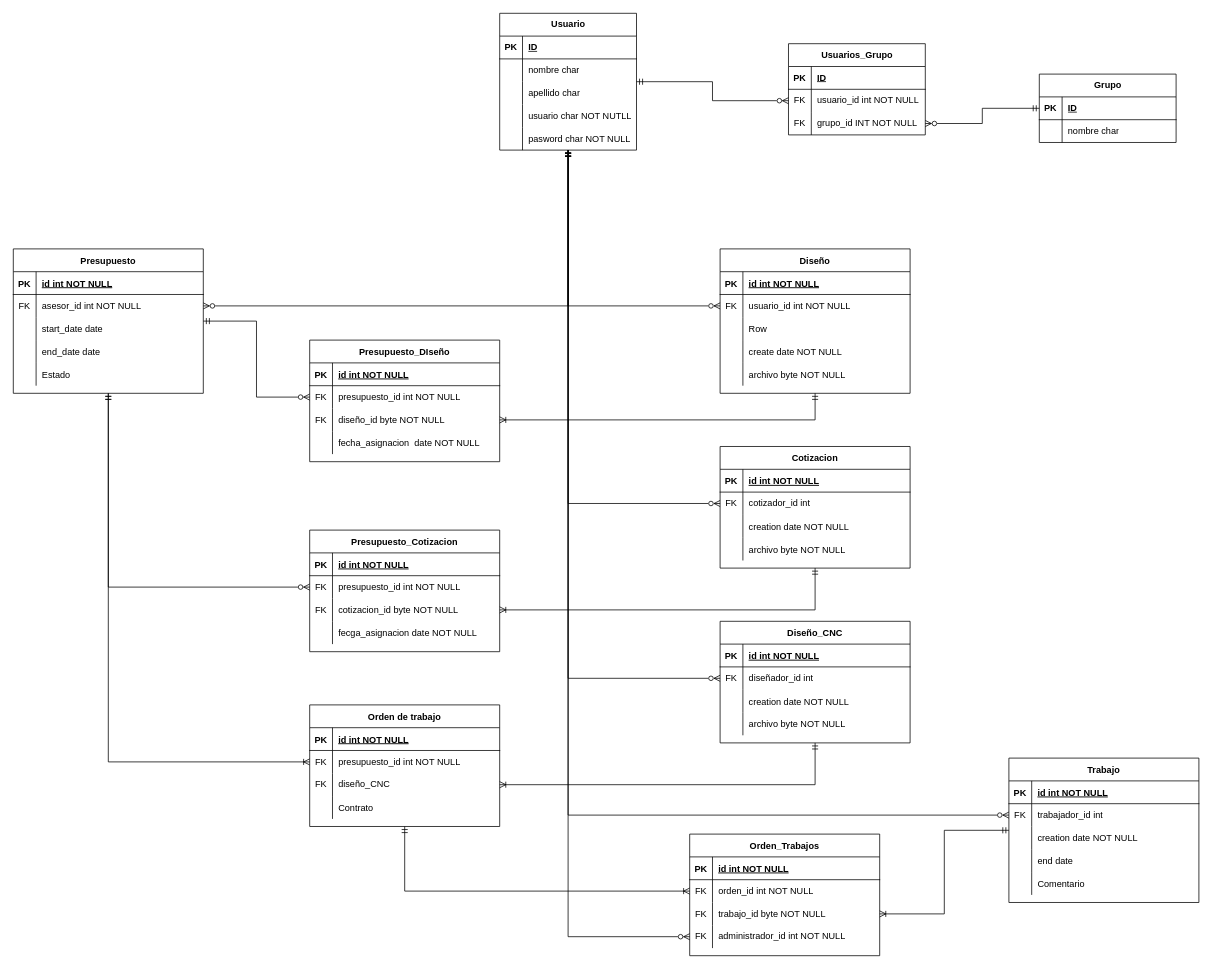
Above: Fabrica Diagramas/Entidad Relacion.drawio in SAAC7/Manage_control (draw.io), before the change. Source tidied: cells renumbered, new cells numbered last; positions are measured from the earlier drawing's top-left corner, leaving out a move shared by most shapes. Both pictures are drawn from the tidied source at 76%, with x=0, y=0 at pixel (13, 13).
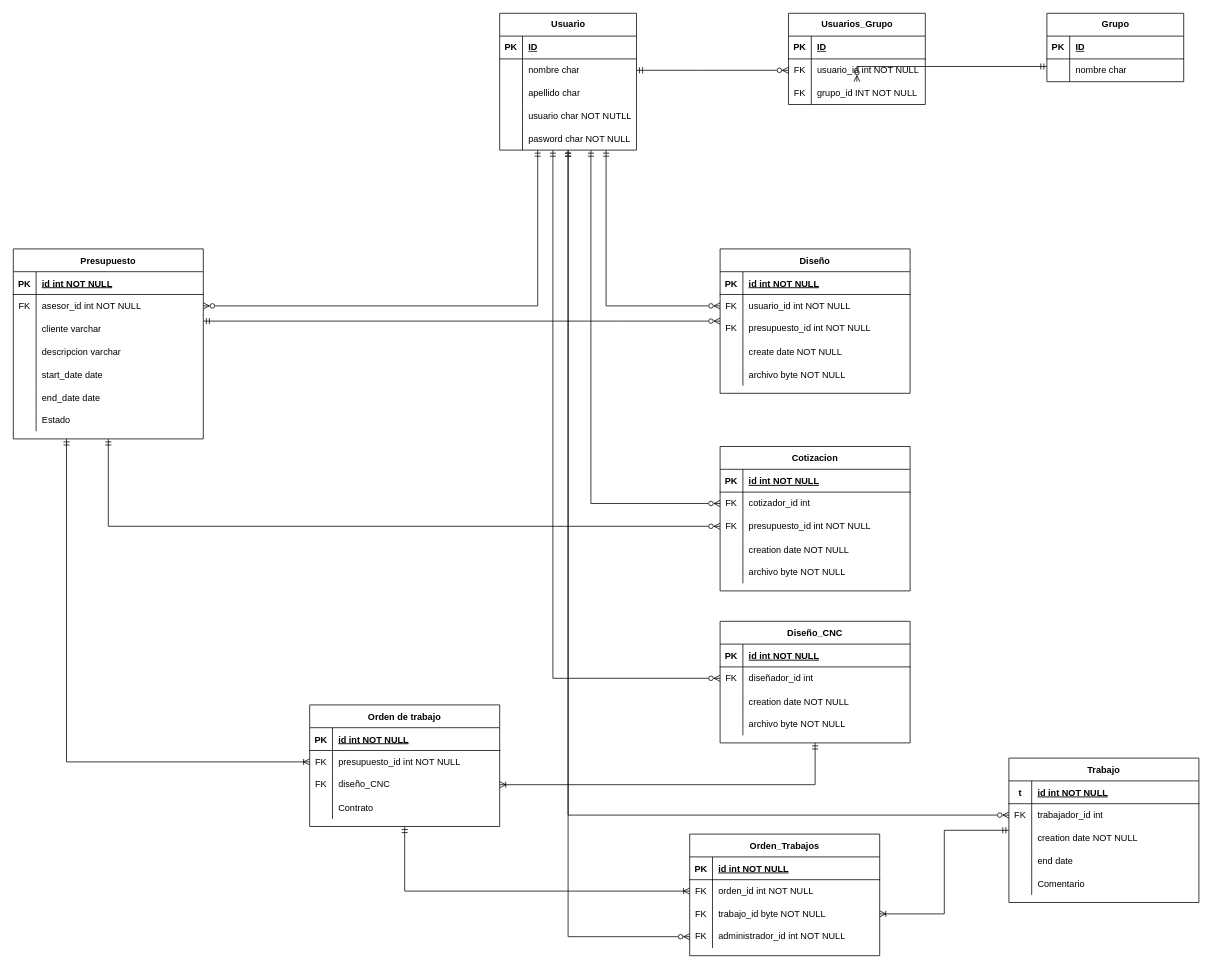
Above is the later version.

Unchanged cells that the change refers to:
```xml
<mxCell id="9" style="shape=tableRow;horizontal=0;startSize=0;swimlaneHead=0;swimlaneBody=0;fillColor=none;points=[[0,0.5],[1,0.5]];portConstraint=eastwest;top=0;left=0;right=0;bottom=0;" parent="5" vertex="1">
  <mxGeometry y="60" width="250" height="30" as="geometry" />
</mxCell>
<mxCell id="22" value="Diseño" style="shape=table;startSize=30;childLayout=tableLayout;rowLines=0;fontStyle=1;align=center;" parent="1" vertex="1">
  <mxGeometry x="930" y="310" width="250" height="190" as="geometry" />
</mxCell>
<mxCell id="26" style="shape=tableRow;horizontal=0;startSize=0;swimlaneHead=0;swimlaneBody=0;fillColor=none;points=[[0,0.5],[1,0.5]];portConstraint=eastwest;top=0;left=0;right=0;bottom=0;" parent="22" vertex="1">
  <mxGeometry y="60" width="250" height="30" as="geometry" />
</mxCell>
<mxCell id="43" style="shape=tableRow;horizontal=0;startSize=0;swimlaneHead=0;swimlaneBody=0;fillColor=none;points=[[0,0.5],[1,0.5]];portConstraint=eastwest;top=0;left=0;right=0;bottom=0;" parent="39" vertex="1">
  <mxGeometry y="60" width="250" height="30" as="geometry" />
</mxCell>
<mxCell id="55" value="Usuario" style="shape=table;startSize=30;childLayout=tableLayout;rowLines=0;fontStyle=1;align=center;html=1;" parent="1" vertex="1">
  <mxGeometry x="640" width="180" height="180" as="geometry" />
</mxCell>
<mxCell id="84" style="shape=tableRow;horizontal=0;startSize=0;swimlaneHead=0;swimlaneBody=0;fillColor=none;points=[[0,0.5],[1,0.5]];portConstraint=eastwest;top=0;left=0;right=0;bottom=0;" parent="80" vertex="1">
  <mxGeometry y="60" width="180" height="30" as="geometry" />
</mxCell>
<mxCell id="87" style="shape=tableRow;horizontal=0;startSize=0;swimlaneHead=0;swimlaneBody=0;fillColor=none;points=[[0,0.5],[1,0.5]];portConstraint=eastwest;top=0;left=0;right=0;bottom=0;" parent="80" vertex="1">
  <mxGeometry y="90" width="180" height="30" as="geometry" />
</mxCell>
<mxCell id="121" style="shape=partialRectangle;fillColor=none;top=0;left=0;right=0;bottom=1;" parent="120" vertex="1">
  <mxGeometry y="30" width="250" height="30" as="geometry" />
</mxCell>
<mxCell id="141" style="shape=tableRow;horizontal=0;startSize=0;swimlaneHead=0;swimlaneBody=0;fillColor=none;points=[[0,0.5],[1,0.5]];portConstraint=eastwest;top=0;left=0;right=0;bottom=0;" parent="137" vertex="1">
  <mxGeometry y="60" width="250" height="30" as="geometry" />
</mxCell>
<mxCell id="155" style="shape=tableRow;horizontal=0;startSize=0;swimlaneHead=0;swimlaneBody=0;fillColor=none;points=[[0,0.5],[1,0.5]];portConstraint=eastwest;top=0;left=0;right=0;bottom=0;" parent="151" vertex="1">
  <mxGeometry y="60" width="250" height="30" as="geometry" />
</mxCell>
```

What changed in the source:
```diff
@@
     <mxCell id="2" style="edgeStyle=orthogonalEdgeStyle;rounded=0;jettySize=auto;html=1;endArrow=ERzeroToMany;endFill=0;startArrow=ERmandOne;startFill=0;" parent="1" edge="1" source="5" target="95">
-      <mxGeometry relative="1" as="geometry" />
+      <mxGeometry relative="1" as="geometry">
+        <Array as="points">
+          <mxPoint x="800" y="405" />
+          <mxPoint x="800" y="405" />
+        </Array>
+      </mxGeometry>
     </mxCell>
@@
     <mxCell id="4" style="edgeStyle=orthogonalEdgeStyle;rounded=0;jettySize=auto;html=1;endArrow=ERoneToMany;endFill=0;startArrow=ERmandOne;startFill=0;" parent="1" edge="1" source="5" target="141">
-      <mxGeometry relative="1" as="geometry" />
+      <mxGeometry relative="1" as="geometry">
+        <Array as="points">
+          <mxPoint x="70" y="985" />
+        </Array>
+      </mxGeometry>
     </mxCell>
     <mxCell id="5" value="Presupuesto" style="shape=table;startSize=30;childLayout=tableLayout;rowLines=0;fontStyle=1;align=center;" parent="1" vertex="1">
-      <mxGeometry y="310" width="250" height="190" as="geometry" />
+      <mxGeometry y="310" width="250" height="250" as="geometry" />
     </mxCell>
@@
+    <mxCell id="177" style="shape=tableRow;horizontal=0;startSize=0;swimlaneHead=0;swimlaneBody=0;fillColor=none;top=0;left=0;right=0;bottom=0;" parent="5" vertex="1">
+      <mxGeometry y="90" width="250" height="30" as="geometry" />
+    </mxCell>
+    <mxCell id="178" style="shape=partialRectangle;fillColor=none;top=0;left=0;bottom=0;right=0;overflow=hidden;" parent="177" vertex="1">
+      <mxGeometry width="30" height="30" as="geometry" />
+    </mxCell>
+    <mxCell id="179" value="cliente varchar" style="shape=partialRectangle;fillColor=none;top=0;left=0;bottom=0;right=0;align=left;spacingLeft=6;overflow=hidden;" parent="177" vertex="1">
+      <mxGeometry x="30" width="220" height="30" as="geometry" />
+    </mxCell>
+    <mxCell id="180" style="shape=tableRow;horizontal=0;startSize=0;swimlaneHead=0;swimlaneBody=0;fillColor=none;top=0;left=0;right=0;bottom=0;" parent="5" vertex="1">
+      <mxGeometry y="120" width="250" height="30" as="geometry" />
+    </mxCell>
+    <mxCell id="181" style="shape=partialRectangle;fillColor=none;top=0;left=0;bottom=0;right=0;overflow=hidden;" parent="180" vertex="1">
+      <mxGeometry width="30" height="30" as="geometry" />
+    </mxCell>
+    <mxCell id="182" value="descripcion varchar" style="shape=partialRectangle;fillColor=none;top=0;left=0;bottom=0;right=0;align=left;spacingLeft=6;overflow=hidden;" parent="180" vertex="1">
+      <mxGeometry x="30" width="220" height="30" as="geometry" />
+    </mxCell>
     <mxCell id="12" style="shape=tableRow;horizontal=0;startSize=0;swimlaneHead=0;swimlaneBody=0;fillColor=none;top=0;left=0;right=0;bottom=0;" parent="5" vertex="1">
-      <mxGeometry y="90" width="250" height="30" as="geometry" />
+      <mxGeometry y="150" width="250" height="30" as="geometry" />
     </mxCell>
@@
     <mxCell id="15" style="shape=tableRow;horizontal=0;startSize=0;swimlaneHead=0;swimlaneBody=0;fillColor=none;top=0;left=0;right=0;bottom=0;" parent="5" vertex="1">
-      <mxGeometry y="120" width="250" height="30" as="geometry" />
+      <mxGeometry y="180" width="250" height="30" as="geometry" />
     </mxCell>
@@
     <mxCell id="18" style="shape=tableRow;horizontal=0;startSize=0;swimlaneHead=0;swimlaneBody=0;fillColor=none;top=0;left=0;right=0;bottom=0;" parent="5" vertex="1">
-      <mxGeometry y="150" width="250" height="30" as="geometry" />
+      <mxGeometry y="210" width="250" height="30" as="geometry" />
     </mxCell>
@@
-    <mxCell id="21" style="edgeStyle=orthogonalEdgeStyle;rounded=0;jettySize=auto;html=1;endArrow=ERoneToMany;endFill=0;startArrow=ERmandOne;startFill=0;" parent="1" edge="1" source="22" target="98">
-      <mxGeometry relative="1" as="geometry" />
-    </mxCell>
@@
-    <mxCell id="29" style="shape=tableRow;horizontal=0;startSize=0;swimlaneHead=0;swimlaneBody=0;fillColor=none;top=0;left=0;right=0;bottom=0;" parent="22" vertex="1">
-      <mxGeometry y="90" width="250" height="30" as="geometry" />
-    </mxCell>
-    <mxCell id="30" style="shape=partialRectangle;fillColor=none;top=0;left=0;bottom=0;right=0;overflow=hidden;" parent="29" vertex="1">
-      <mxGeometry width="30" height="30" as="geometry" />
-    </mxCell>
-    <mxCell id="31" value="Row" style="shape=partialRectangle;fillColor=none;top=0;left=0;bottom=0;right=0;align=left;spacingLeft=6;overflow=hidden;" parent="29" vertex="1">
-      <mxGeometry x="30" width="220" height="30" as="geometry" />
-    </mxCell>
+    <mxCell id="95" style="shape=tableRow;horizontal=0;startSize=0;swimlaneHead=0;swimlaneBody=0;fillColor=none;points=[[0,0.5],[1,0.5]];portConstraint=eastwest;top=0;left=0;right=0;bottom=0;" parent="22" vertex="1">
+      <mxGeometry y="90" width="250" height="30" as="geometry" />
+    </mxCell>
+    <mxCell id="96" value="FK" style="shape=partialRectangle;fillColor=none;top=0;left=0;bottom=0;right=0;fontStyle=0;overflow=hidden;whiteSpace=wrap;html=1;" parent="95" vertex="1">
+      <mxGeometry width="30" height="30" as="geometry" />
+    </mxCell>
+    <mxCell id="97" value="presupuesto_id int NOT NULL" style="shape=partialRectangle;fillColor=none;top=0;left=0;bottom=0;right=0;align=left;spacingLeft=6;fontStyle=0;overflow=hidden;whiteSpace=wrap;html=1;" parent="95" vertex="1">
+      <mxGeometry x="30" width="220" height="30" as="geometry" />
+    </mxCell>
@@
-    <mxCell id="38" style="edgeStyle=orthogonalEdgeStyle;rounded=0;jettySize=auto;html=1;endArrow=ERoneToMany;endFill=0;startArrow=ERmandOne;startFill=0;" parent="1" edge="1" source="39" target="113">
-      <mxGeometry relative="1" as="geometry" />
-    </mxCell>
     <mxCell id="39" value="Cotizacion" style="shape=table;startSize=30;childLayout=tableLayout;rowLines=0;fontStyle=1;align=center;" parent="1" vertex="1">
-      <mxGeometry x="930" y="570" width="250" height="160" as="geometry" />
+      <mxGeometry x="930" y="570" width="250" height="190" as="geometry" />
     </mxCell>
@@
+    <mxCell id="110" style="shape=tableRow;horizontal=0;startSize=0;swimlaneHead=0;swimlaneBody=0;fillColor=none;points=[[0,0.5],[1,0.5]];portConstraint=eastwest;top=0;left=0;right=0;bottom=0;" parent="39" vertex="1">
+      <mxGeometry y="90" width="250" height="30" as="geometry" />
+    </mxCell>
+    <mxCell id="111" value="FK" style="shape=partialRectangle;fillColor=none;top=0;left=0;bottom=0;right=0;fontStyle=0;overflow=hidden;whiteSpace=wrap;html=1;" parent="110" vertex="1">
+      <mxGeometry width="30" height="30" as="geometry" />
+    </mxCell>
+    <mxCell id="112" value="presupuesto_id int NOT NULL" style="shape=partialRectangle;fillColor=none;top=0;left=0;bottom=0;right=0;align=left;spacingLeft=6;fontStyle=0;overflow=hidden;whiteSpace=wrap;html=1;" parent="110" vertex="1">
+      <mxGeometry x="30" width="220" height="30" as="geometry" />
+    </mxCell>
     <mxCell id="46" style="shape=tableRow;horizontal=0;startSize=0;swimlaneHead=0;swimlaneBody=0;fillColor=none;top=0;left=0;right=0;bottom=0;" parent="39" vertex="1">
-      <mxGeometry y="90" width="250" height="30" as="geometry" />
+      <mxGeometry y="120" width="250" height="30" as="geometry" />
     </mxCell>
@@
     <mxCell id="49" style="shape=tableRow;horizontal=0;startSize=0;swimlaneHead=0;swimlaneBody=0;fillColor=none;top=0;left=0;right=0;bottom=0;" parent="39" vertex="1">
-      <mxGeometry y="120" width="250" height="30" as="geometry" />
+      <mxGeometry y="150" width="250" height="30" as="geometry" />
     </mxCell>
@@
     <mxCell id="54" style="edgeStyle=orthogonalEdgeStyle;rounded=0;jettySize=auto;html=1;endArrow=ERzeroToMany;endFill=0;startArrow=ERmandOne;startFill=0;" parent="1" edge="1" source="55" target="155">
-      <mxGeometry relative="1" as="geometry" />
+      <mxGeometry relative="1" as="geometry">
+        <Array as="points">
+          <mxPoint x="710" y="875" />
+        </Array>
+      </mxGeometry>
     </mxCell>
@@
     <mxCell id="71" style="edgeStyle=orthogonalEdgeStyle;rounded=0;jettySize=auto;html=1;startArrow=ERmandOne;startFill=0;endArrow=ERzeroToMany;endFill=0;" parent="1" edge="1" source="72" target="87">
-      <mxGeometry relative="1" as="geometry" />
+      <mxGeometry relative="1" as="geometry">
+        <Array as="points">
+          <mxPoint x="1110" y="70" />
+        </Array>
+      </mxGeometry>
     </mxCell>
     <mxCell id="72" value="Grupo" style="shape=table;startSize=30;childLayout=tableLayout;rowLines=0;fontStyle=1;align=center;html=1;" parent="1" vertex="1">
-      <mxGeometry x="1350" y="80" width="180" height="90" as="geometry" />
+      <mxGeometry x="1360" width="180" height="90" as="geometry" />
     </mxCell>
@@
     <mxCell id="79" style="edgeStyle=orthogonalEdgeStyle;rounded=0;jettySize=auto;html=1;endArrow=ERzeroToMany;endFill=0;startArrow=ERmandOne;startFill=0;" parent="1" edge="1" source="55" target="26">
-      <mxGeometry relative="1" as="geometry" />
+      <mxGeometry relative="1" as="geometry">
+        <Array as="points">
+          <mxPoint x="780" y="385" />
+        </Array>
+      </mxGeometry>
     </mxCell>
     <mxCell id="80" value="Usuarios_Grupo" style="shape=table;startSize=30;childLayout=tableLayout;rowLines=0;fontStyle=1;align=center;html=1;" parent="1" vertex="1">
-      <mxGeometry x="1020" y="40" width="180" height="120" as="geometry" />
+      <mxGeometry x="1020" width="180" height="120" as="geometry" />
     </mxCell>
@@
     <mxCell id="90" style="edgeStyle=orthogonalEdgeStyle;rounded=0;jettySize=auto;html=1;startArrow=ERzeroToMany;startFill=0;endArrow=ERmandOne;endFill=0;" parent="1" edge="1" source="84" target="55">
-      <mxGeometry relative="1" as="geometry" />
+      <mxGeometry relative="1" as="geometry">
+        <Array as="points">
+          <mxPoint x="900" y="75" />
+          <mxPoint x="900" y="75" />
+        </Array>
+      </mxGeometry>
     </mxCell>
-    <mxCell id="91" value="Presupuesto_DIseño" style="shape=table;startSize=30;childLayout=tableLayout;rowLines=0;fontStyle=1;align=center;" parent="1" vertex="1">
-      <mxGeometry x="390" y="430" width="250" height="160" as="geometry" />
-    </mxCell>
-    <mxCell id="92" style="shape=partialRectangle;fillColor=none;top=0;left=0;right=0;bottom=1;" parent="91" vertex="1">
-      <mxGeometry y="30" width="250" height="30" as="geometry" />
-    </mxCell>
-    <mxCell id="93" value="PK" style="shape=partialRectangle;overflow=hidden;fillColor=none;top=0;left=0;bottom=0;right=0;fontStyle=1;" parent="92" vertex="1">
-      <mxGeometry width="30" height="30" as="geometry" />
-    </mxCell>
-    <mxCell id="94" value="id int NOT NULL " style="shape=partialRectangle;overflow=hidden;fillColor=none;top=0;left=0;bottom=0;right=0;align=left;spacingLeft=6;fontStyle=5;" parent="92" vertex="1">
-      <mxGeometry x="30" width="220" height="30" as="geometry" />
-    </mxCell>
-    <mxCell id="95" style="shape=tableRow;horizontal=0;startSize=0;swimlaneHead=0;swimlaneBody=0;fillColor=none;points=[[0,0.5],[1,0.5]];portConstraint=eastwest;top=0;left=0;right=0;bottom=0;" parent="91" vertex="1">
-      <mxGeometry y="60" width="250" height="30" as="geometry" />
-    </mxCell>
-    <mxCell id="96" value="FK" style="shape=partialRectangle;fillColor=none;top=0;left=0;bottom=0;right=0;fontStyle=0;overflow=hidden;whiteSpace=wrap;html=1;" parent="95" vertex="1">
-      <mxGeometry width="30" height="30" as="geometry" />
-    </mxCell>
-    <mxCell id="97" value="presupuesto_id int NOT NULL" style="shape=partialRectangle;fillColor=none;top=0;left=0;bottom=0;right=0;align=left;spacingLeft=6;fontStyle=0;overflow=hidden;whiteSpace=wrap;html=1;" parent="95" vertex="1">
-      <mxGeometry x="30" width="220" height="30" as="geometry" />
-    </mxCell>
-    <mxCell id="98" style="shape=tableRow;horizontal=0;startSize=0;swimlaneHead=0;swimlaneBody=0;fillColor=none;points=[[0,0.5],[1,0.5]];portConstraint=eastwest;top=0;left=0;right=0;bottom=0;" parent="91" vertex="1">
-      <mxGeometry y="90" width="250" height="30" as="geometry" />
-    </mxCell>
-    <mxCell id="99" value="FK" style="shape=partialRectangle;fillColor=none;top=0;left=0;bottom=0;right=0;overflow=hidden;" parent="98" vertex="1">
-      <mxGeometry width="30" height="30" as="geometry" />
-    </mxCell>
-    <mxCell id="100" value="diseño_id byte NOT NULL" style="shape=partialRectangle;fillColor=none;top=0;left=0;bottom=0;right=0;align=left;spacingLeft=6;overflow=hidden;" parent="98" vertex="1">
-      <mxGeometry x="30" width="220" height="30" as="geometry" />
-    </mxCell>
-    <mxCell id="101" style="shape=tableRow;horizontal=0;startSize=0;swimlaneHead=0;swimlaneBody=0;fillColor=none;top=0;left=0;right=0;bottom=0;" parent="91" vertex="1">
-      <mxGeometry y="120" width="250" height="30" as="geometry" />
-    </mxCell>
-    <mxCell id="102" style="shape=partialRectangle;fillColor=none;top=0;left=0;bottom=0;right=0;overflow=hidden;" parent="101" vertex="1">
-      <mxGeometry width="30" height="30" as="geometry" />
-    </mxCell>
-    <mxCell id="103" value="fecha_asignacion  date NOT NULL" style="shape=partialRectangle;fillColor=none;top=0;left=0;bottom=0;right=0;align=left;spacingLeft=6;overflow=hidden;" parent="101" vertex="1">
-      <mxGeometry x="30" width="220" height="30" as="geometry" />
-    </mxCell>
     <mxCell id="104" style="edgeStyle=orthogonalEdgeStyle;rounded=0;jettySize=auto;html=1;endArrow=ERzeroToMany;endFill=0;startArrow=ERmandOne;startFill=0;" parent="1" edge="1" source="55" target="9">
-      <mxGeometry relative="1" as="geometry" />
+      <mxGeometry relative="1" as="geometry">
+        <Array as="points">
+          <mxPoint x="690" y="385" />
+        </Array>
+      </mxGeometry>
     </mxCell>
     <mxCell id="105" style="edgeStyle=orthogonalEdgeStyle;rounded=0;jettySize=auto;html=1;endArrow=ERzeroToMany;endFill=0;startArrow=ERmandOne;startFill=0;" parent="1" edge="1" source="55" target="43">
-      <mxGeometry relative="1" as="geometry" />
+      <mxGeometry relative="1" as="geometry">
+        <Array as="points">
+          <mxPoint x="760" y="645" />
+        </Array>
+      </mxGeometry>
     </mxCell>
-    <mxCell id="106" value="Presupuesto_Cotizacion" style="shape=table;startSize=30;childLayout=tableLayout;rowLines=0;fontStyle=1;align=center;" parent="1" vertex="1">
-      <mxGeometry x="390" y="680" width="250" height="160" as="geometry" />
-    </mxCell>
-    <mxCell id="107" style="shape=partialRectangle;fillColor=none;top=0;left=0;right=0;bottom=1;" parent="106" vertex="1">
-      <mxGeometry y="30" width="250" height="30" as="geometry" />
-    </mxCell>
-    <mxCell id="108" value="PK" style="shape=partialRectangle;overflow=hidden;fillColor=none;top=0;left=0;bottom=0;right=0;fontStyle=1;" parent="107" vertex="1">
-      <mxGeometry width="30" height="30" as="geometry" />
-    </mxCell>
-    <mxCell id="109" value="id int NOT NULL " style="shape=partialRectangle;overflow=hidden;fillColor=none;top=0;left=0;bottom=0;right=0;align=left;spacingLeft=6;fontStyle=5;" parent="107" vertex="1">
-      <mxGeometry x="30" width="220" height="30" as="geometry" />
-    </mxCell>
-    <mxCell id="110" style="shape=tableRow;horizontal=0;startSize=0;swimlaneHead=0;swimlaneBody=0;fillColor=none;points=[[0,0.5],[1,0.5]];portConstraint=eastwest;top=0;left=0;right=0;bottom=0;" parent="106" vertex="1">
-      <mxGeometry y="60" width="250" height="30" as="geometry" />
-    </mxCell>
-    <mxCell id="111" value="FK" style="shape=partialRectangle;fillColor=none;top=0;left=0;bottom=0;right=0;fontStyle=0;overflow=hidden;whiteSpace=wrap;html=1;" parent="110" vertex="1">
-      <mxGeometry width="30" height="30" as="geometry" />
-    </mxCell>
-    <mxCell id="112" value="presupuesto_id int NOT NULL" style="shape=partialRectangle;fillColor=none;top=0;left=0;bottom=0;right=0;align=left;spacingLeft=6;fontStyle=0;overflow=hidden;whiteSpace=wrap;html=1;" parent="110" vertex="1">
-      <mxGeometry x="30" width="220" height="30" as="geometry" />
-    </mxCell>
-    <mxCell id="113" style="shape=tableRow;horizontal=0;startSize=0;swimlaneHead=0;swimlaneBody=0;fillColor=none;points=[[0,0.5],[1,0.5]];portConstraint=eastwest;top=0;left=0;right=0;bottom=0;" parent="106" vertex="1">
-      <mxGeometry y="90" width="250" height="30" as="geometry" />
-    </mxCell>
-    <mxCell id="114" value="FK" style="shape=partialRectangle;fillColor=none;top=0;left=0;bottom=0;right=0;overflow=hidden;" parent="113" vertex="1">
-      <mxGeometry width="30" height="30" as="geometry" />
-    </mxCell>
-    <mxCell id="115" value="cotizacion_id byte NOT NULL" style="shape=partialRectangle;fillColor=none;top=0;left=0;bottom=0;right=0;align=left;spacingLeft=6;overflow=hidden;" parent="113" vertex="1">
-      <mxGeometry x="30" width="220" height="30" as="geometry" />
-    </mxCell>
-    <mxCell id="116" style="shape=tableRow;horizontal=0;startSize=0;swimlaneHead=0;swimlaneBody=0;fillColor=none;top=0;left=0;right=0;bottom=0;" parent="106" vertex="1">
-      <mxGeometry y="120" width="250" height="30" as="geometry" />
-    </mxCell>
-    <mxCell id="117" style="shape=partialRectangle;fillColor=none;top=0;left=0;bottom=0;right=0;overflow=hidden;" parent="116" vertex="1">
-      <mxGeometry width="30" height="30" as="geometry" />
-    </mxCell>
-    <mxCell id="118" value="fecga_asignacion date NOT NULL" style="shape=partialRectangle;fillColor=none;top=0;left=0;bottom=0;right=0;align=left;spacingLeft=6;overflow=hidden;" parent="116" vertex="1">
-      <mxGeometry x="30" width="220" height="30" as="geometry" />
-    </mxCell>
@@
-    <mxCell id="122" value="PK" style="shape=partialRectangle;overflow=hidden;fillColor=none;top=0;left=0;bottom=0;right=0;fontStyle=1;" parent="121" vertex="1">
+    <mxCell id="122" value="t" style="shape=partialRectangle;overflow=hidden;fillColor=none;top=0;left=0;bottom=0;right=0;fontStyle=1;" parent="121" vertex="1">
       <mxGeometry width="30" height="30" as="geometry" />
     </mxCell>
```
